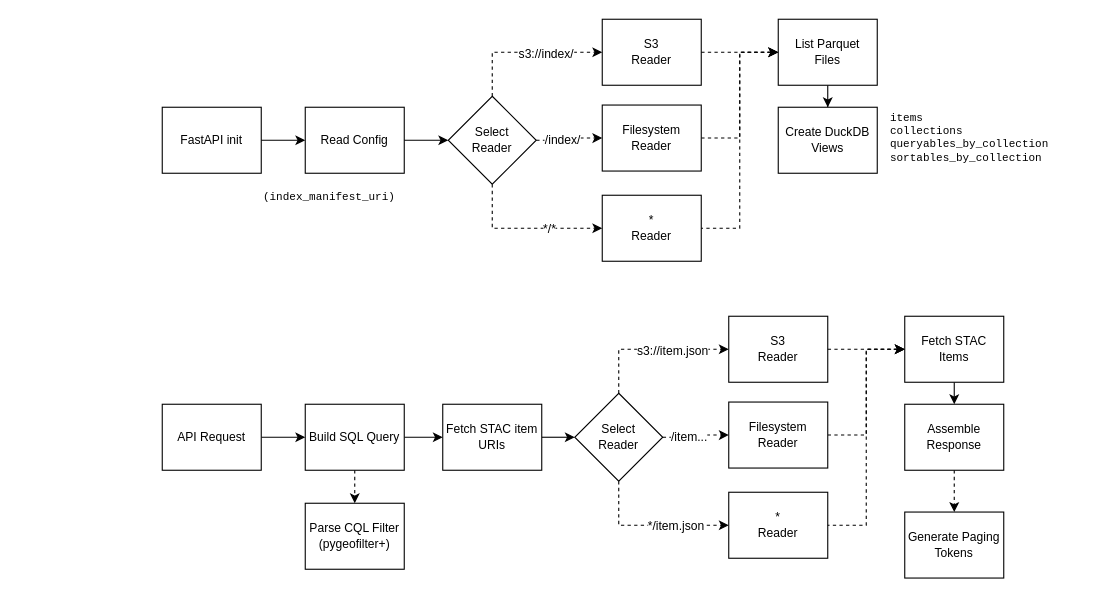
Before: docs/diagrams/Query Process.drawio.xml in sparkgeo/stac-fastapi-indexed, a draw.io diagram. Source tidied: cells renumbered, new cells numbered last; positions are measured from the earlier drawing's top-left corner, leaving out a move shared by most shapes. Both pictures are drawn from the tidied source at 110%, with x=0, y=0 at pixel (162, 19).
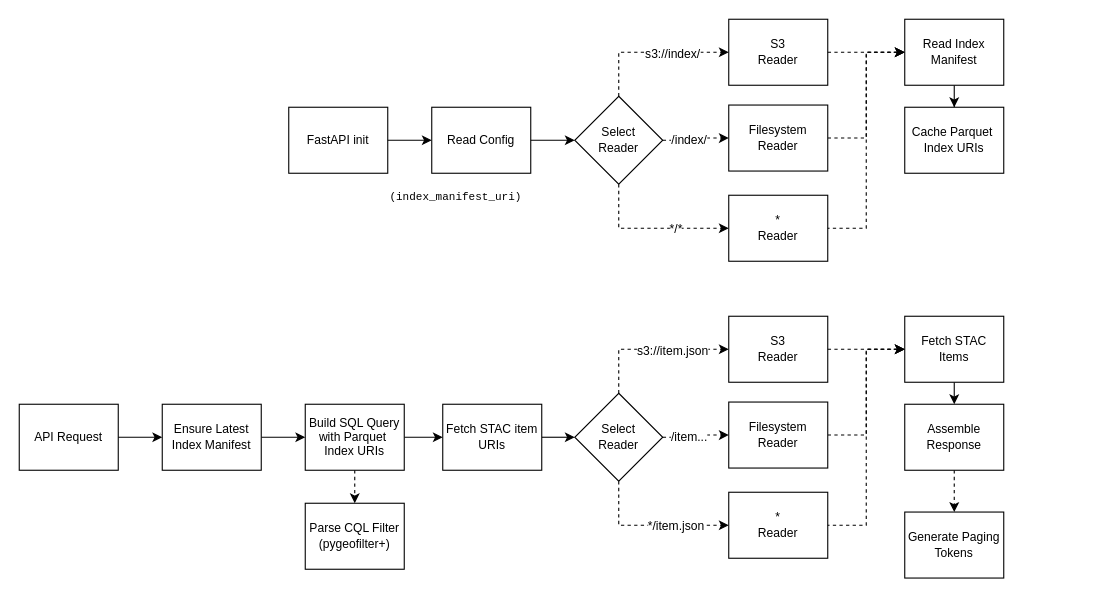
Above is the later version.

Commit message (it also covers changes not shown here):
fix(#155): API diagram update

Change to the diagram source:
```diff
@@
-<mxGraphModel>
+<mxGraphModel background="#ffffff">
@@
     <mxCell id="2" value="FastAPI init" style="rounded=0;whiteSpace=wrap;html=1;fontSize=11;" parent="1" vertex="1">
-      <mxGeometry y="80" width="90" height="60" as="geometry" />
+      <mxGeometry x="115" y="80" width="90" height="60" as="geometry" />
     </mxCell>
@@
     <mxCell id="4" value="Read Config" style="rounded=0;whiteSpace=wrap;html=1;fontSize=11;" parent="1" vertex="1">
-      <mxGeometry x="130" y="80" width="90" height="60" as="geometry" />
+      <mxGeometry x="245" y="80" width="90" height="60" as="geometry" />
     </mxCell>
@@
     <mxCell id="11" value="&lt;div style=&quot;font-size: 11px;&quot;&gt;Select&lt;/div&gt;&lt;div style=&quot;font-size: 11px;&quot;&gt;Reader&lt;br style=&quot;font-size: 11px;&quot;&gt;&lt;/div&gt;" style="rhombus;whiteSpace=wrap;html=1;fontSize=11;" parent="1" vertex="1">
-      <mxGeometry x="260" y="70" width="80" height="80" as="geometry" />
+      <mxGeometry x="375" y="70" width="80" height="80" as="geometry" />
     </mxCell>
@@
     <mxCell id="13" value="&lt;div&gt;S3&lt;/div&gt;&lt;div&gt;Reader&lt;br&gt;&lt;/div&gt;" style="rounded=0;whiteSpace=wrap;html=1;fontSize=11;" parent="1" vertex="1">
-      <mxGeometry x="400" width="90" height="60" as="geometry" />
+      <mxGeometry x="515" width="90" height="60" as="geometry" />
     </mxCell>
@@
     <mxCell id="15" value="&lt;div&gt;Filesystem&lt;/div&gt;&lt;div&gt;Reader&lt;br&gt;&lt;/div&gt;" style="rounded=0;whiteSpace=wrap;html=1;fontSize=11;" parent="1" vertex="1">
-      <mxGeometry x="400" y="78" width="90" height="60" as="geometry" />
+      <mxGeometry x="515" y="78" width="90" height="60" as="geometry" />
     </mxCell>
     <mxCell id="16" value="&lt;div&gt;*&lt;/div&gt;&lt;div&gt;Reader&lt;br&gt;&lt;/div&gt;" style="rounded=0;whiteSpace=wrap;html=1;fontSize=11;" parent="1" vertex="1">
-      <mxGeometry x="400" y="160" width="90" height="60" as="geometry" />
+      <mxGeometry x="515" y="160" width="90" height="60" as="geometry" />
     </mxCell>
@@
-    <mxCell id="18" style="edgeStyle=orthogonalEdgeStyle;rounded=0;jettySize=auto;html=1;entryX=0.5;entryY=0;entryDx=0;entryDy=0;" parent="1" edge="1" source="19" target="22">
+    <mxCell id="18" style="edgeStyle=orthogonalEdgeStyle;rounded=0;jettySize=auto;html=1;entryX=0.5;entryY=0;entryDx=0;entryDy=0;" parent="1" edge="1" source="19" target="50">
       <mxGeometry relative="1" as="geometry" />
     </mxCell>
-    <mxCell id="19" value="&lt;div&gt;List Parquet&lt;/div&gt;&lt;div&gt;Files&lt;/div&gt;" style="rounded=0;whiteSpace=wrap;html=1;fontSize=11;" parent="1" vertex="1">
-      <mxGeometry x="560" width="90" height="60" as="geometry" />
+    <mxCell id="19" value="&lt;div&gt;Read Index Manifest&lt;/div&gt;" style="rounded=0;whiteSpace=wrap;html=1;fontSize=11;" parent="1" vertex="1">
+      <mxGeometry x="675" width="90" height="60" as="geometry" />
     </mxCell>
@@
     <mxCell id="21" value="(index_manifest_uri)" style="text;whiteSpace=wrap;fontFamily=Courier New;fontSize=10;" parent="1" vertex="1">
-      <mxGeometry x="90" y="150" width="170" height="40" as="geometry" />
+      <mxGeometry x="205" y="150" width="170" height="40" as="geometry" />
     </mxCell>
-    <mxCell id="22" value="Create DuckDB Views" style="rounded=0;whiteSpace=wrap;html=1;fontSize=11;" parent="1" vertex="1">
-      <mxGeometry x="560" y="80" width="90" height="60" as="geometry" />
-    </mxCell>
-    <mxCell id="23" value="items&#10;collections&#10;queryables_by_collection&#10;sortables_by_collection&#10;" style="text;whiteSpace=wrap;fontFamily=Courier New;fontSize=10;" parent="1" vertex="1">
-      <mxGeometry x="660" y="78" width="170" height="40" as="geometry" />
-    </mxCell>
-    <mxCell id="24" style="edgeStyle=orthogonalEdgeStyle;rounded=0;jettySize=auto;html=1;exitX=1;exitY=0.5;exitDx=0;exitDy=0;entryX=0;entryY=0.5;entryDx=0;entryDy=0;" parent="1" edge="1" source="25" target="28">
+    <mxCell id="24" style="edgeStyle=orthogonalEdgeStyle;rounded=0;jettySize=auto;html=1;exitX=1;exitY=0.5;exitDx=0;exitDy=0;entryX=0;entryY=0.5;entryDx=0;entryDy=0;" parent="1" edge="1" source="52" target="28">
       <mxGeometry relative="1" as="geometry" />
     </mxCell>
     <mxCell id="25" value="API Request" style="rounded=0;whiteSpace=wrap;html=1;fontSize=11;" parent="1" vertex="1">
-      <mxGeometry y="350" width="90" height="60" as="geometry" />
+      <mxGeometry x="-130" y="350" width="90" height="60" as="geometry" />
     </mxCell>
@@
-    <mxCell id="28" value="Build SQL Query" style="rounded=0;whiteSpace=wrap;html=1;fontSize=11;" parent="1" vertex="1">
+    <mxCell id="28" value="Build SQL Query with Parquet&amp;nbsp; Index URIs" style="rounded=0;whiteSpace=wrap;html=1;fontSize=11;" parent="1" vertex="1">
       <mxGeometry x="130" y="350" width="90" height="60" as="geometry" />
     </mxCell>
@@
+    <mxCell id="50" value="&lt;div&gt;Cache Parquet&amp;nbsp; Index URIs&lt;/div&gt;" style="rounded=0;whiteSpace=wrap;html=1;fontSize=11;" parent="1" vertex="1">
+      <mxGeometry x="675" y="80" width="90" height="60" as="geometry" />
+    </mxCell>
+    <mxCell id="51" style="edgeStyle=orthogonalEdgeStyle;rounded=0;jettySize=auto;html=1;exitX=1;exitY=0.5;exitDx=0;exitDy=0;entryX=0;entryY=0.5;entryDx=0;entryDy=0;" parent="1" edge="1" source="25" target="52">
+      <mxGeometry relative="1" as="geometry" />
+    </mxCell>
+    <mxCell id="52" value="Ensure Latest Index Manifest" style="rounded=0;whiteSpace=wrap;html=1;fontSize=11;" parent="1" vertex="1">
+      <mxGeometry y="350" width="90" height="60" as="geometry" />
+    </mxCell>
```
